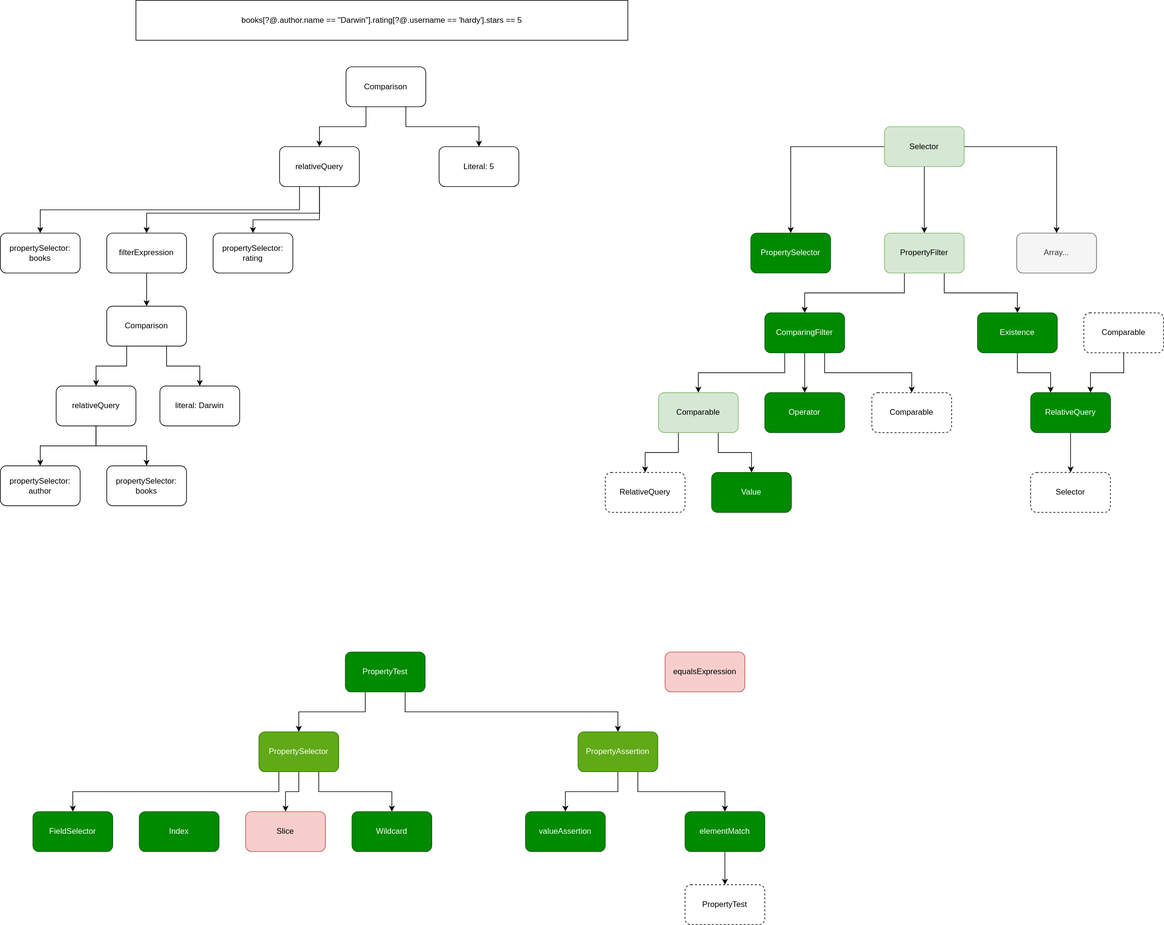
Before: var/jsonpath-to-mongo-ast-transform.drawio.svg, a diagram exported from draw.io (conology/rest-jsonpath). Source tidied: cells renumbered, new cells last; positions are measured from the earlier drawing's top-left corner, leaving out a move shared by most shapes.
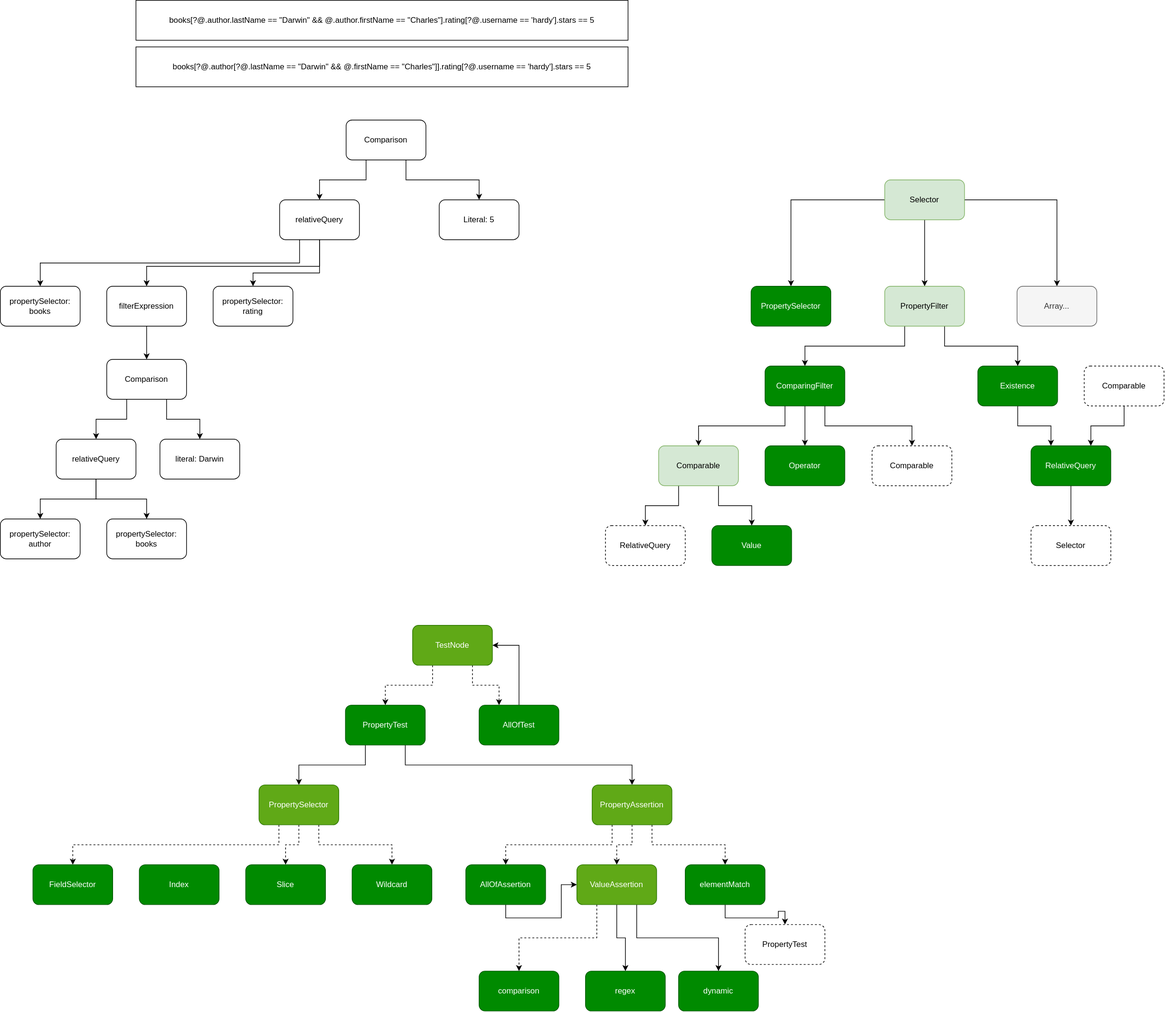
After the change.

Change to the diagram source:
```diff
@@ -11,47 +11,56 @@
     <mxCell id="4" value="PropertyTest" style="rounded=1;whiteSpace=wrap;html=1;fillColor=#008a00;fontColor=#ffffff;strokeColor=#005700;" parent="1" vertex="1">
       <mxGeometry x="519" y="980" width="120" height="60" as="geometry" />
     </mxCell>
-    <mxCell id="5" style="edgeStyle=orthogonalEdgeStyle;rounded=0;jettySize=auto;html=1;exitX=0.25;exitY=1;exitDx=0;exitDy=0;" parent="1" edge="1" source="8" target="14">
+    <mxCell id="5" style="edgeStyle=orthogonalEdgeStyle;rounded=0;jettySize=auto;html=1;exitX=0.25;exitY=1;exitDx=0;exitDy=0;dashed=1;" parent="1" edge="1" source="8" target="14">
       <mxGeometry relative="1" as="geometry" />
     </mxCell>
-    <mxCell id="6" style="edgeStyle=orthogonalEdgeStyle;rounded=0;jettySize=auto;html=1;exitX=0.75;exitY=1;exitDx=0;exitDy=0;entryX=0.5;entryY=0;entryDx=0;entryDy=0;" parent="1" edge="1" source="8" target="17">
+    <mxCell id="6" style="edgeStyle=orthogonalEdgeStyle;rounded=0;jettySize=auto;html=1;exitX=0.75;exitY=1;exitDx=0;exitDy=0;entryX=0.5;entryY=0;entryDx=0;entryDy=0;dashed=1;" parent="1" edge="1" source="8" target="17">
       <mxGeometry relative="1" as="geometry" />
     </mxCell>
-    <mxCell id="7" style="edgeStyle=orthogonalEdgeStyle;rounded=0;jettySize=auto;html=1;exitX=0.5;exitY=1;exitDx=0;exitDy=0;" parent="1" edge="1" source="8" target="16">
+    <mxCell id="7" style="edgeStyle=orthogonalEdgeStyle;rounded=0;jettySize=auto;html=1;exitX=0.5;exitY=1;exitDx=0;exitDy=0;dashed=1;" parent="1" edge="1" source="8" target="16">
       <mxGeometry relative="1" as="geometry" />
     </mxCell>
     <mxCell id="8" value="PropertySelector" style="rounded=1;whiteSpace=wrap;html=1;fillColor=#60a917;fontColor=#ffffff;strokeColor=#2D7600;" parent="1" vertex="1">
       <mxGeometry x="389" y="1100" width="120" height="60" as="geometry" />
     </mxCell>
-    <mxCell id="9" style="edgeStyle=orthogonalEdgeStyle;rounded=0;jettySize=auto;html=1;exitX=0.5;exitY=1;exitDx=0;exitDy=0;" parent="1" edge="1" source="11" target="12">
+    <mxCell id="9" style="edgeStyle=orthogonalEdgeStyle;rounded=0;jettySize=auto;html=1;exitX=0.5;exitY=1;exitDx=0;exitDy=0;dashed=1;" parent="1" edge="1" source="11" target="12">
       <mxGeometry relative="1" as="geometry" />
     </mxCell>
-    <mxCell id="10" style="edgeStyle=orthogonalEdgeStyle;rounded=0;jettySize=auto;html=1;exitX=0.75;exitY=1;exitDx=0;exitDy=0;entryX=0.5;entryY=0;entryDx=0;entryDy=0;" parent="1" edge="1" source="11" target="68">
+    <mxCell id="10" style="edgeStyle=orthogonalEdgeStyle;rounded=0;jettySize=auto;html=1;exitX=0.75;exitY=1;exitDx=0;exitDy=0;entryX=0.5;entryY=0;entryDx=0;entryDy=0;dashed=1;" parent="1" edge="1" source="11" target="68">
       <mxGeometry relative="1" as="geometry" />
     </mxCell>
+    <mxCell id="70" style="edgeStyle=orthogonalEdgeStyle;rounded=0;jettySize=auto;html=1;exitX=0.25;exitY=1;exitDx=0;exitDy=0;dashed=1;" parent="1" edge="1" source="11" target="81">
+      <mxGeometry relative="1" as="geometry" />
+    </mxCell>
     <mxCell id="11" value="PropertyAssertion" style="rounded=1;whiteSpace=wrap;html=1;fillColor=#60a917;fontColor=#ffffff;strokeColor=#2D7600;" parent="1" vertex="1">
-      <mxGeometry x="869" y="1100" width="120" height="60" as="geometry" />
+      <mxGeometry x="890" y="1100" width="120" height="60" as="geometry" />
     </mxCell>
+    <mxCell id="71" style="edgeStyle=orthogonalEdgeStyle;rounded=0;jettySize=auto;html=1;exitX=0.25;exitY=1;exitDx=0;exitDy=0;dashed=1;" parent="1" edge="1" source="12" target="82">
+      <mxGeometry relative="1" as="geometry" />
+    </mxCell>
+    <mxCell id="72" style="edgeStyle=orthogonalEdgeStyle;rounded=0;jettySize=auto;html=1;exitX=0.5;exitY=1;exitDx=0;exitDy=0;" parent="1" edge="1" source="12" target="83">
+      <mxGeometry relative="1" as="geometry" />
+    </mxCell>
+    <mxCell id="73" style="edgeStyle=orthogonalEdgeStyle;rounded=0;jettySize=auto;html=1;exitX=0.75;exitY=1;exitDx=0;exitDy=0;" parent="1" edge="1" source="12" target="84">
+      <mxGeometry relative="1" as="geometry" />
+    </mxCell>
-    <mxCell id="12" value="valueAssertion" style="rounded=1;whiteSpace=wrap;html=1;fillColor=#008a00;fontColor=#ffffff;strokeColor=#005700;" parent="1" vertex="1">
-      <mxGeometry x="790" y="1220" width="120" height="60" as="geometry" />
+    <mxCell id="12" value="ValueAssertion" style="rounded=1;whiteSpace=wrap;html=1;fillColor=#60a917;fontColor=#ffffff;strokeColor=#2D7600;" parent="1" vertex="1">
+      <mxGeometry x="867" y="1220" width="120" height="60" as="geometry" />
     </mxCell>
-    <mxCell id="13" value="equalsExpression" style="rounded=1;whiteSpace=wrap;html=1;fillColor=#f8cecc;strokeColor=#b85450;" parent="1" vertex="1">
-      <mxGeometry x="1000" y="980" width="120" height="60" as="geometry" />
-    </mxCell>
     <mxCell id="14" value="FieldSelector" style="rounded=1;whiteSpace=wrap;html=1;fillColor=#008a00;fontColor=#ffffff;strokeColor=#005700;" parent="1" vertex="1">
       <mxGeometry x="49" y="1220" width="120" height="60" as="geometry" />
     </mxCell>
     <mxCell id="15" value="Index" style="rounded=1;whiteSpace=wrap;html=1;fillColor=#008a00;strokeColor=#005700;fontColor=#ffffff;" parent="1" vertex="1">
       <mxGeometry x="209" y="1220" width="120" height="60" as="geometry" />
     </mxCell>
-    <mxCell id="16" value="Slice" style="rounded=1;whiteSpace=wrap;html=1;fillColor=#f8cecc;strokeColor=#b85450;" parent="1" vertex="1">
+    <mxCell id="16" value="Slice" style="rounded=1;whiteSpace=wrap;html=1;fillColor=#008a00;strokeColor=#005700;fontColor=#ffffff;" parent="1" vertex="1">
       <mxGeometry x="369" y="1220" width="120" height="60" as="geometry" />
     </mxCell>
     <mxCell id="17" value="Wildcard" style="rounded=1;whiteSpace=wrap;html=1;fillColor=#008a00;strokeColor=#005700;fontColor=#ffffff;" parent="1" vertex="1">
       <mxGeometry x="529" y="1220" width="120" height="60" as="geometry" />
     </mxCell>
-    <mxCell id="18" value="books[?@.author.name == &quot;Darwin&quot;].rating[?@.username == 'hardy'].stars == 5" style="rounded=0;whiteSpace=wrap;html=1;" parent="1" vertex="1">
-      <mxGeometry x="204" width="740" height="60" as="geometry" />
+    <mxCell id="18" value="books[?@.author.lastName == &quot;Darwin&quot; &amp;amp;&amp;amp; @.author.firstName == &quot;Charles&quot;].rating[?@.username == 'hardy'].stars == 5" style="rounded=0;whiteSpace=wrap;html=1;" parent="1" vertex="1">
+      <mxGeometry x="204" y="-80" width="740" height="60" as="geometry" />
     </mxCell>
     <mxCell id="19" style="edgeStyle=orthogonalEdgeStyle;rounded=0;jettySize=auto;html=1;exitX=0.75;exitY=1;exitDx=0;exitDy=0;" parent="1" edge="1" source="21" target="22">
       <mxGeometry relative="1" as="geometry" />
@@ -214,7 +223,40 @@
       <mxGeometry x="1030" y="1220" width="120" height="60" as="geometry" />
     </mxCell>
     <mxCell id="69" value="PropertyTest" style="rounded=1;whiteSpace=wrap;html=1;dashed=1;" parent="1" vertex="1">
-      <mxGeometry x="1030" y="1330" width="120" height="60" as="geometry" />
+      <mxGeometry x="1120" y="1310" width="120" height="60" as="geometry" />
     </mxCell>
+    <mxCell id="74" value="books[?@.author[?@.lastName == &quot;Darwin&quot; &amp;amp;&amp;amp; @.firstName == &quot;Charles&quot;]].rating[?@.username == 'hardy'].stars == 5" style="rounded=0;whiteSpace=wrap;html=1;" parent="1" vertex="1">
+      <mxGeometry x="204" y="-10" width="740" height="60" as="geometry" />
+    </mxCell>
+    <mxCell id="75" style="edgeStyle=orthogonalEdgeStyle;rounded=0;jettySize=auto;html=1;exitX=0.75;exitY=1;exitDx=0;exitDy=0;entryX=0.25;entryY=0;entryDx=0;entryDy=0;dashed=1;" parent="1" edge="1" source="77" target="79">
+      <mxGeometry relative="1" as="geometry" />
+    </mxCell>
+    <mxCell id="76" style="edgeStyle=orthogonalEdgeStyle;rounded=0;jettySize=auto;html=1;exitX=0.25;exitY=1;exitDx=0;exitDy=0;dashed=1;" parent="1" edge="1" source="77" target="4">
+      <mxGeometry relative="1" as="geometry" />
+    </mxCell>
+    <mxCell id="77" value="TestNode" style="rounded=1;whiteSpace=wrap;html=1;fillColor=#60a917;fontColor=#ffffff;strokeColor=#2D7600;" parent="1" vertex="1">
+      <mxGeometry x="620" y="860" width="120" height="60" as="geometry" />
+    </mxCell>
+    <mxCell id="78" style="edgeStyle=orthogonalEdgeStyle;rounded=0;jettySize=auto;html=1;exitX=0.5;exitY=0;exitDx=0;exitDy=0;entryX=1;entryY=0.5;entryDx=0;entryDy=0;" parent="1" edge="1" source="79" target="77">
+      <mxGeometry relative="1" as="geometry" />
+    </mxCell>
+    <mxCell id="79" value="AllOfTest" style="rounded=1;whiteSpace=wrap;html=1;fillColor=#008a00;fontColor=#ffffff;strokeColor=#005700;" parent="1" vertex="1">
+      <mxGeometry x="720" y="980" width="120" height="60" as="geometry" />
+    </mxCell>
+    <mxCell id="80" style="edgeStyle=orthogonalEdgeStyle;rounded=0;jettySize=auto;html=1;exitX=0.5;exitY=1;exitDx=0;exitDy=0;entryX=0;entryY=0.5;entryDx=0;entryDy=0;" parent="1" edge="1" source="81" target="12">
+      <mxGeometry relative="1" as="geometry" />
+    </mxCell>
+    <mxCell id="81" value="AllOfAssertion" style="rounded=1;whiteSpace=wrap;html=1;fillColor=#008a00;fontColor=#ffffff;strokeColor=#005700;" parent="1" vertex="1">
+      <mxGeometry x="700" y="1220" width="120" height="60" as="geometry" />
+    </mxCell>
+    <mxCell id="82" value="comparison" style="rounded=1;whiteSpace=wrap;html=1;fillColor=#008a00;fontColor=#ffffff;strokeColor=#005700;" parent="1" vertex="1">
+      <mxGeometry x="720" y="1380" width="120" height="60" as="geometry" />
+    </mxCell>
+    <mxCell id="83" value="regex" style="rounded=1;whiteSpace=wrap;html=1;fillColor=#008a00;fontColor=#ffffff;strokeColor=#005700;" parent="1" vertex="1">
+      <mxGeometry x="880" y="1380" width="120" height="60" as="geometry" />
+    </mxCell>
+    <mxCell id="84" value="dynamic" style="rounded=1;whiteSpace=wrap;html=1;fillColor=#008a00;fontColor=#ffffff;strokeColor=#005700;" parent="1" vertex="1">
+      <mxGeometry x="1020" y="1380" width="120" height="60" as="geometry" />
+    </mxCell>
   </root>
 </mxGraphModel>
```
